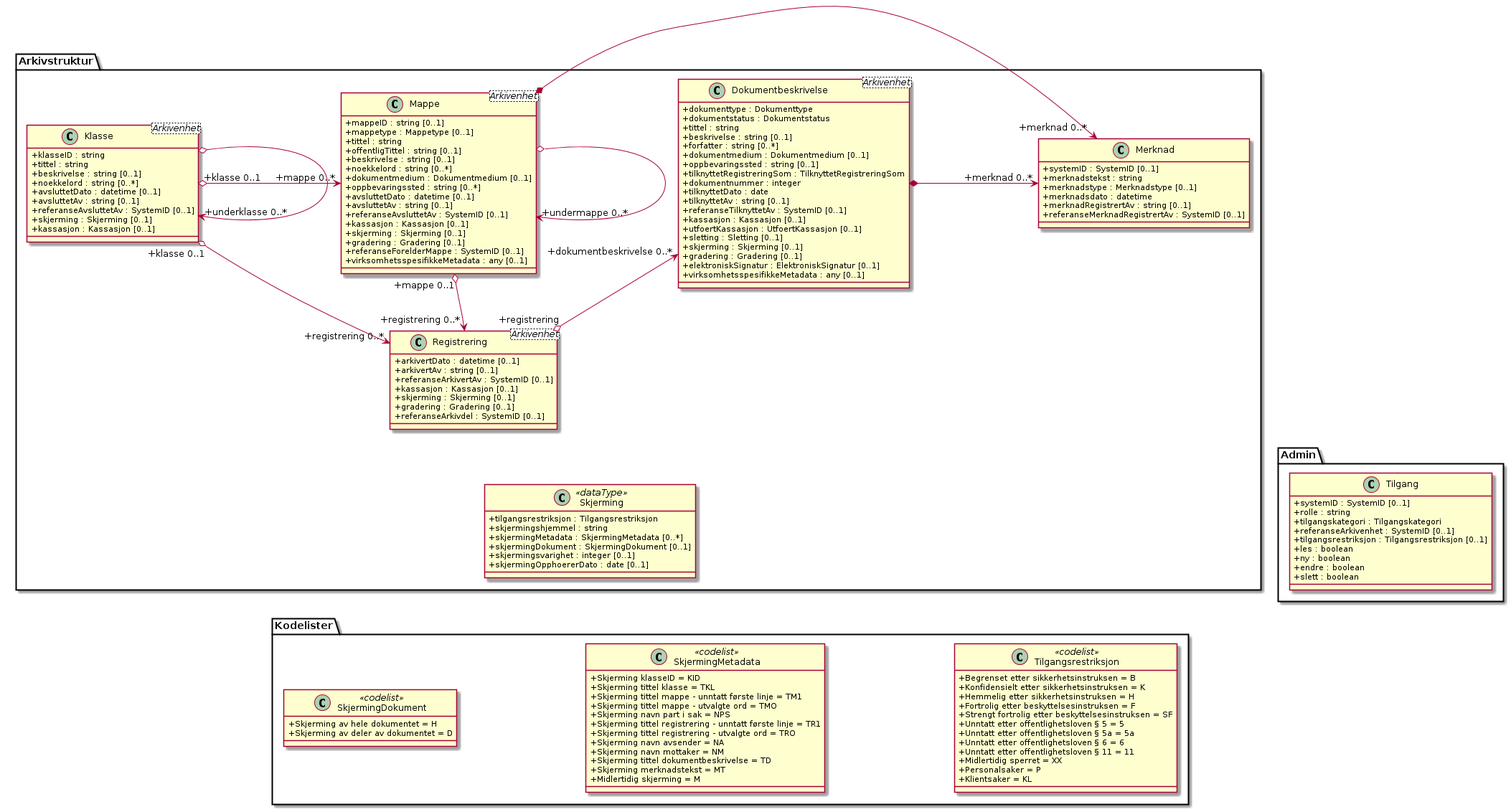
Earlier version of the PlantUML export kapitler/media/uml-arkivstruktur-skjerming.png (arkivverket/noark5-tjenestegrensesnitt-standard).
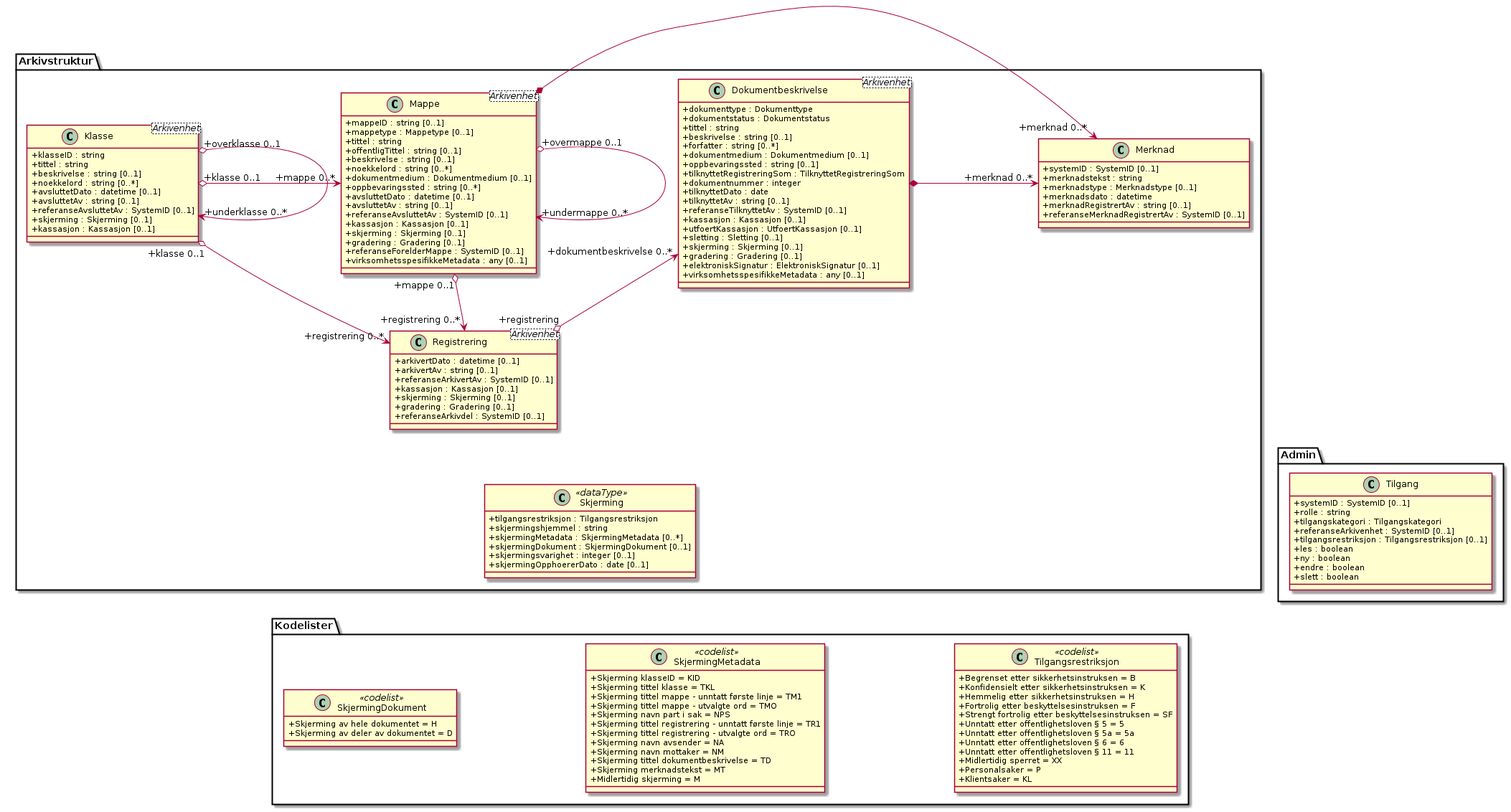
After the change.

Change to the diagram source:
```diff
@@ -121,9 +121,9 @@
   +slett : boolean
 }
 
-Arkivstruktur.Klasse o--> "+underklasse 0..*" Arkivstruktur.Klasse
+Arkivstruktur.Klasse "+overklasse 0..1" o--> "+underklasse 0..*" Arkivstruktur.Klasse
 Arkivstruktur.Klasse "+klasse 0..1" o-> "+mappe 0..*" Arkivstruktur.Mappe
-Arkivstruktur.Mappe o-> "+undermappe 0..*" Arkivstruktur.Mappe
+Arkivstruktur.Mappe "+overmappe 0..1" o-> "+undermappe 0..*" Arkivstruktur.Mappe
 Arkivstruktur.Mappe "+mappe 0..1" o--> "+registrering 0..*" Arkivstruktur.Registrering
 Arkivstruktur.Klasse "+klasse 0..1" o--> "+registrering 0..*" Arkivstruktur.Registrering
 Arkivstruktur.Registrering "+registrering" o--> "+dokumentbeskrivelse 0..*" Arkivstruktur.Dokumentbeskrivelse
```
